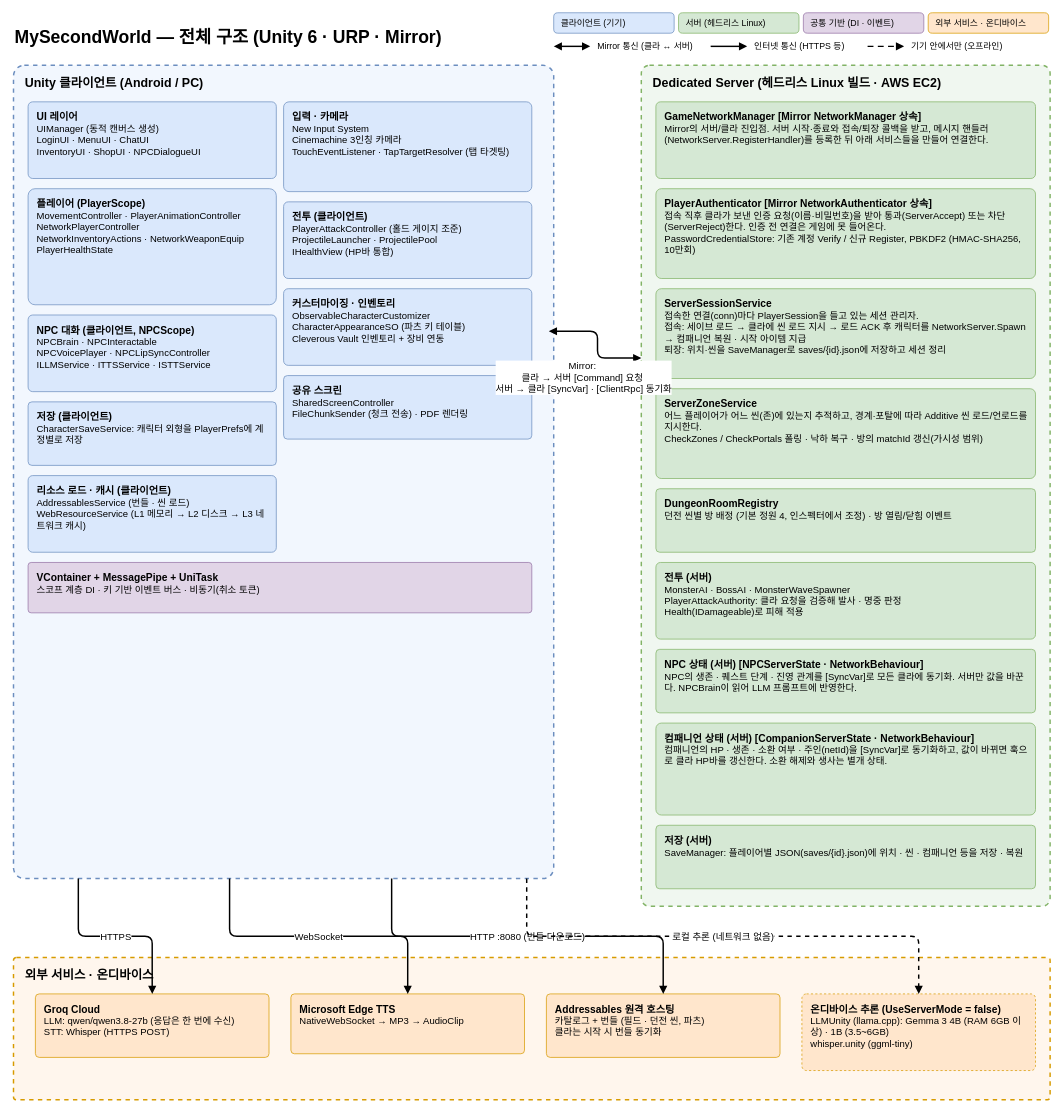
Above: page "1. 전체 구조" (1 of 13) of architecture.drawio in BAESOOHYUN/MySecondWorld-Architecture (draw.io), before the change. Source tidied: cells renumbered, new cells numbered last; positions are measured from the earlier drawing's top-left corner, leaving out a move shared by most shapes. Both pictures are drawn from the tidied source at 73%, with x=0, y=0 at pixel (13, 12).
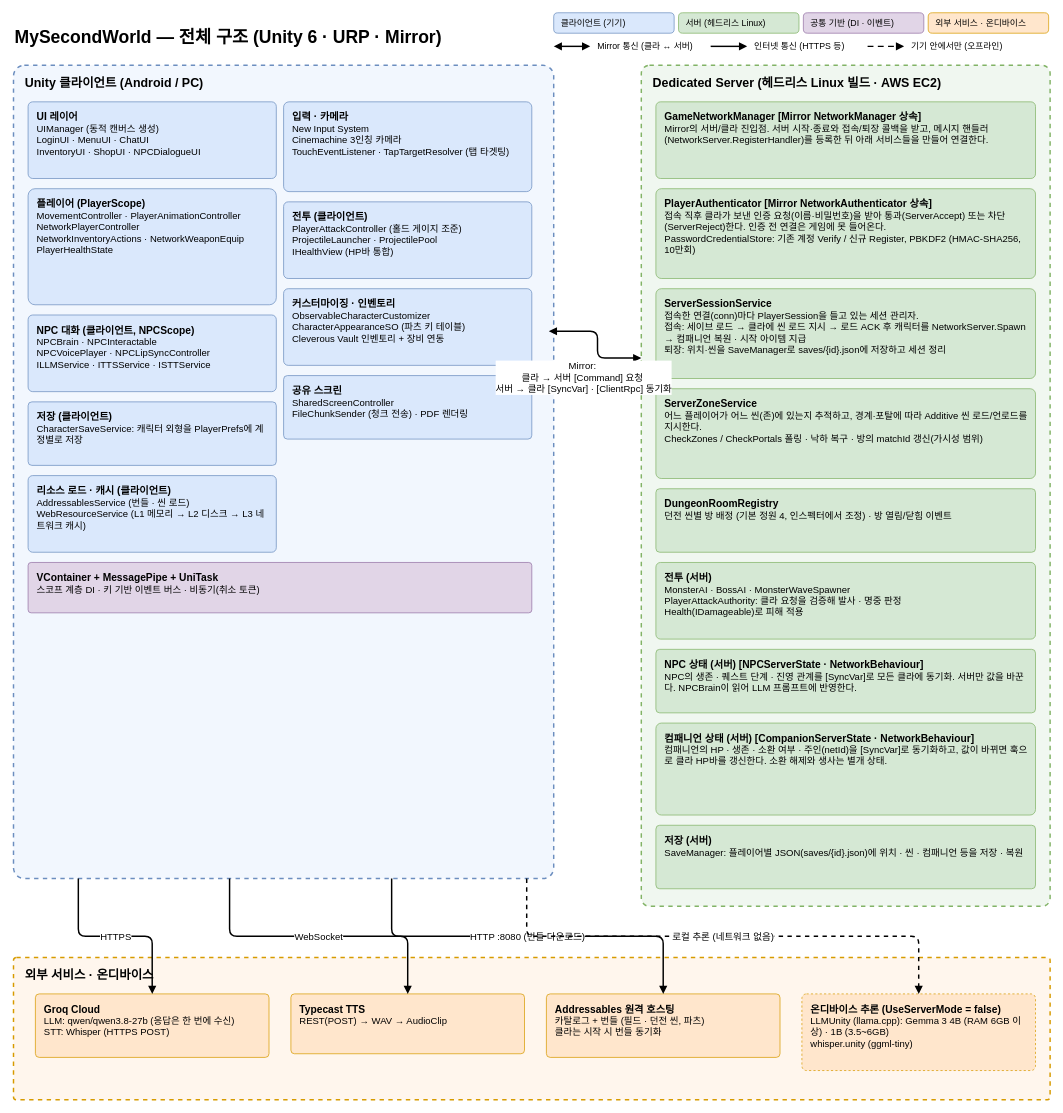
Above is the later version.

Diff of the diagram source:
```diff
@@
-    <mxCell id="26" value="&lt;b style=&quot;font-size:14px&quot;&gt;Microsoft Edge TTS&lt;/b&gt;&lt;br&gt;&lt;span style=&quot;font-size:13px&quot;&gt;NativeWebSocket → MP3 → AudioClip&lt;/span&gt;" style="rounded=1;arcSize=6;whiteSpace=wrap;html=1;fillColor=#FFE6CC;strokeColor=#D79B00;align=left;verticalAlign=top;spacingLeft=10;spacingRight=8;spacingTop=6;spacingBottom=4;fontSize=13;" parent="1" vertex="1">
+    <mxCell id="26" value="&lt;b style=&quot;font-size:14px&quot;&gt;Typecast TTS&lt;/b&gt;&lt;br&gt;&lt;span style=&quot;font-size:13px&quot;&gt;REST(POST) → WAV → AudioClip&lt;/span&gt;" style="rounded=1;arcSize=6;whiteSpace=wrap;html=1;fillColor=#FFE6CC;strokeColor=#D79B00;align=left;verticalAlign=top;spacingLeft=10;spacingRight=8;spacingTop=6;spacingBottom=4;fontSize=13;" parent="1" vertex="1">
       <mxGeometry x="380" y="1344" width="320" height="82" as="geometry" />
     </mxCell>
```
